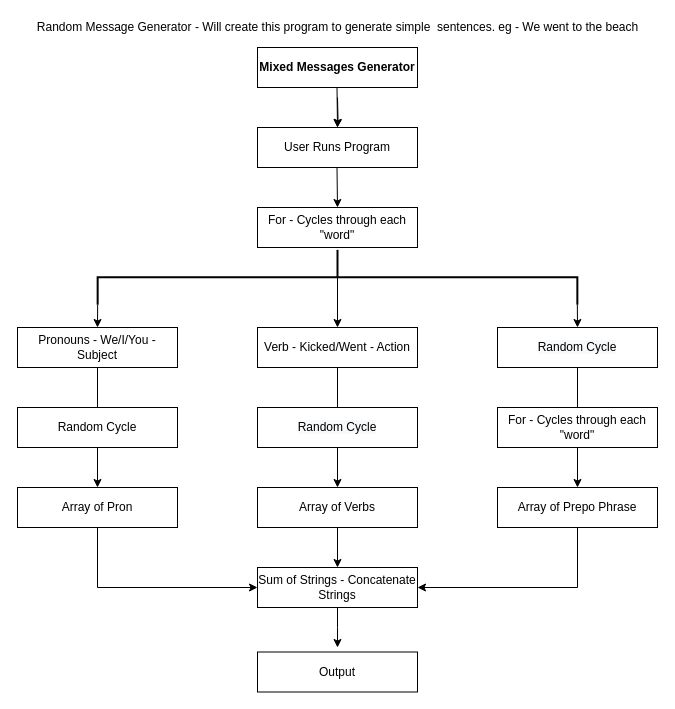
DAEMONM95/mixedmessages keeps this draw.io diagram as UMLDiagram.drawio. Above is the earlier version. Source tidied: cells renumbered, new cells numbered last; positions are measured from the earlier drawing's top-left corner, leaving out a move shared by most shapes. Both pictures are drawn from the tidied source at 100%, with x=0, y=0 at pixel (17, 17).
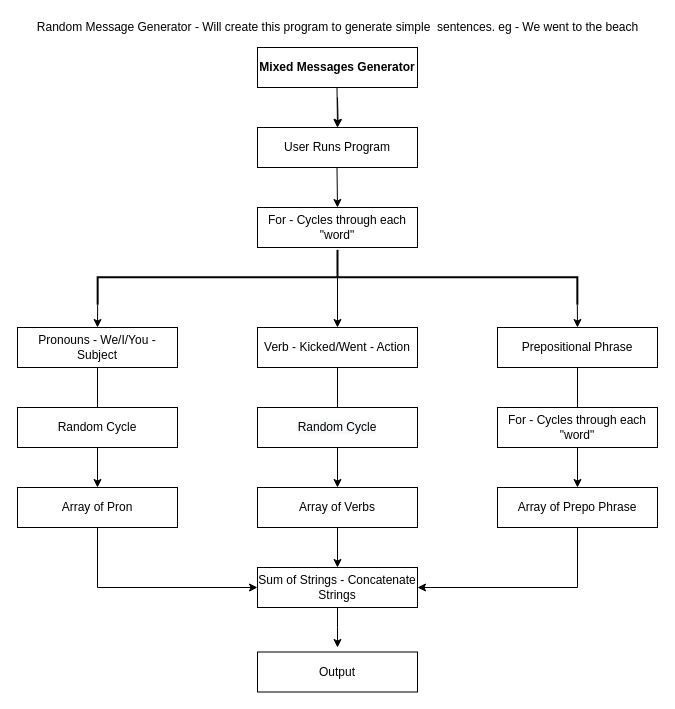
After the change.

Commit message (it also covers changes not shown here):
Commit with random messages generated with each program execution

What changed in the source:
```diff
@@
-    <mxCell id="15" value="&#10;&#10;&lt;span style=&quot;color: rgb(0, 0, 0); font-family: helvetica; font-size: 12px; font-style: normal; font-weight: 400; letter-spacing: normal; text-align: center; text-indent: 0px; text-transform: none; word-spacing: 0px; background-color: rgb(248, 249, 250); display: inline; float: none;&quot;&gt;Random Cycle&lt;/span&gt;&#10;&#10;" style="rounded=0;whiteSpace=wrap;html=1;" parent="1" vertex="1">
+    <mxCell id="15" value="Prepositional Phrase" style="rounded=0;whiteSpace=wrap;html=1;" parent="1" vertex="1">
       <mxGeometry x="480" y="310" width="160" height="40" as="geometry" />
     </mxCell>
```
